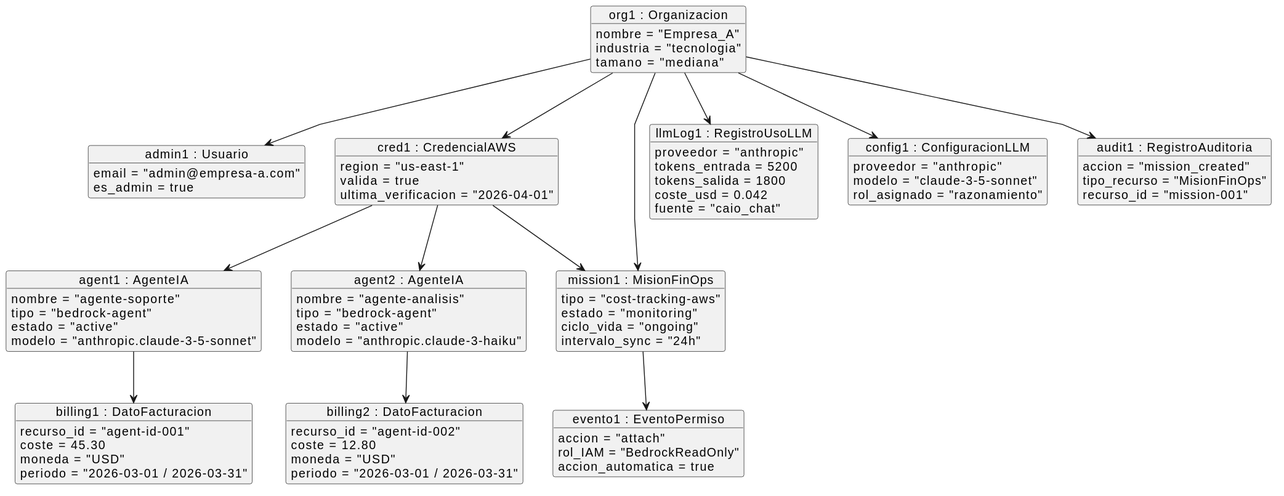
Earlier version of the PlantUML export Capítulos/Capítulo 2/MdD/DiagramaObjetos/DdO.svg (JoseSalceda/TFG). The source it was exported from:
```plantuml
@startuml
hide circle
hide empty members
skinparam linetype polyline

object "org1 : Organizacion" as org1 {
  nombre = "Empresa_A"
  industria = "tecnologia"
  tamano = "mediana"
}

object "admin1 : Usuario" as admin1 {
  email = "admin@empresa-a.com"
  es_admin = true
}

object "cred1 : CredencialAWS" as cred1 {
  region = "us-east-1"
  valida = true
  ultima_verificacion = "2026-04-01"
}

object "agent1 : AgenteIA" as agent1 {
  nombre = "agente-soporte"
  tipo = "bedrock-agent"
  estado = "active"
  modelo = "anthropic.claude-3-5-sonnet"
}

object "agent2 : AgenteIA" as agent2 {
  nombre = "agente-analisis"
  tipo = "bedrock-agent"
  estado = "active"
  modelo = "anthropic.claude-3-haiku"
}

object "mission1 : MisionFinOps" as mission1 {
  tipo = "cost-tracking-aws"
  estado = "monitoring"
  ciclo_vida = "ongoing"
  intervalo_sync = "24h"
}

object "billing1 : DatoFacturacion" as billing1 {
  recurso_id = "agent-id-001"
  coste = 45.30
  moneda = "USD"
  periodo = "2026-03-01 / 2026-03-31"
}

object "billing2 : DatoFacturacion" as billing2 {
  recurso_id = "agent-id-002"
  coste = 12.80
  moneda = "USD"
  periodo = "2026-03-01 / 2026-03-31"
}

object "llmLog1 : RegistroUsoLLM" as llmLog1 {
  proveedor = "anthropic"
  tokens_entrada = 5200
  tokens_salida = 1800
  coste_usd = 0.042
  fuente = "caio_chat"
}

object "config1 : ConfiguracionLLM" as config1 {
  proveedor = "anthropic"
  modelo = "claude-3-5-sonnet"
  rol_asignado = "razonamiento"
}

object "audit1 : RegistroAuditoria" as audit1 {
  accion = "mission_created"
  tipo_recurso = "MisionFinOps"
  recurso_id = "mission-001"
}

object "evento1 : EventoPermiso" as evento1 {
  accion = "attach"
  rol_IAM = "BedrockReadOnly"
  accion_automatica = true
}

org1 --> admin1
org1 --> cred1
org1 --> mission1
org1 --> llmLog1
org1 --> config1
org1 --> audit1
cred1 --> agent1
cred1 --> agent2
cred1 --> mission1
agent1 --> billing1
agent2 --> billing2
mission1 --> evento1
@enduml
```
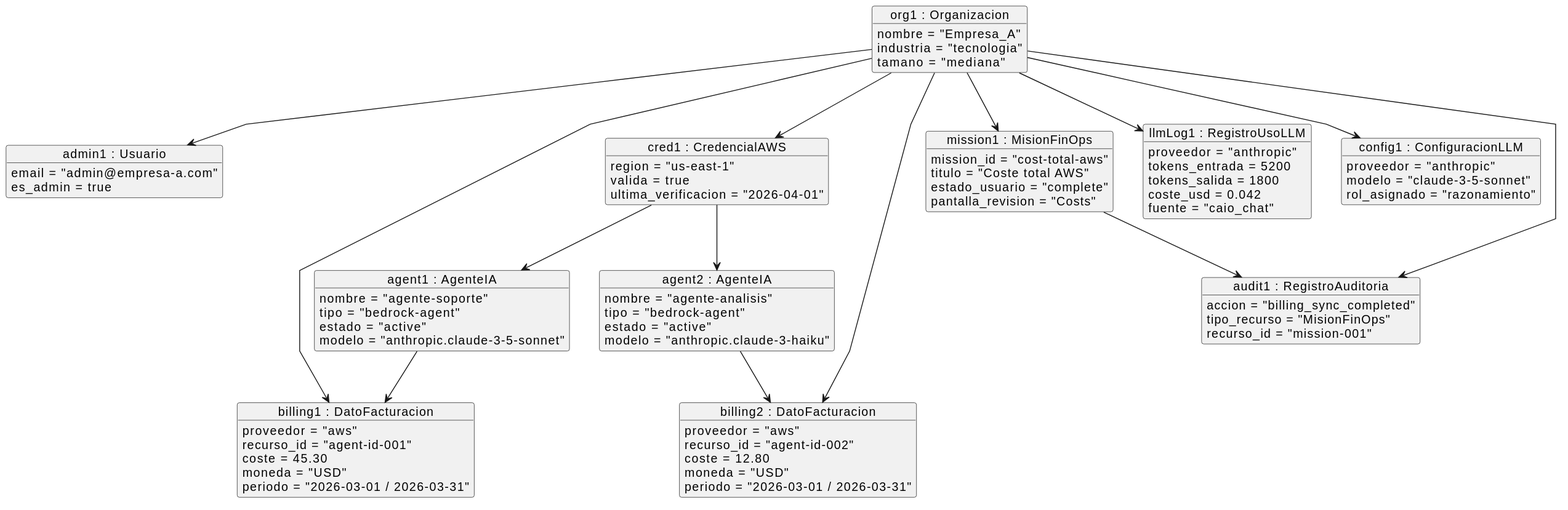
The same diagram one commit later.

Change to the diagram source:
```diff
@@ -35,13 +35,14 @@
 }
 
 object "mission1 : MisionFinOps" as mission1 {
-  tipo = "cost-tracking-aws"
-  estado = "monitoring"
-  ciclo_vida = "ongoing"
-  intervalo_sync = "24h"
+  mission_id = "cost-total-aws"
+  titulo = "Coste total AWS"
+  estado_usuario = "complete"
+  pantalla_revision = "Costs"
 }
 
 object "billing1 : DatoFacturacion" as billing1 {
+  proveedor = "aws"
   recurso_id = "agent-id-001"
   coste = 45.30
   moneda = "USD"
@@ -49,6 +50,7 @@
 }
 
 object "billing2 : DatoFacturacion" as billing2 {
+  proveedor = "aws"
   recurso_id = "agent-id-002"
   coste = 12.80
   moneda = "USD"
@@ -70,27 +72,22 @@
 }
 
 object "audit1 : RegistroAuditoria" as audit1 {
-  accion = "mission_created"
+  accion = "billing_sync_completed"
   tipo_recurso = "MisionFinOps"
   recurso_id = "mission-001"
-}
-
-object "evento1 : EventoPermiso" as evento1 {
-  accion = "attach"
-  rol_IAM = "BedrockReadOnly"
-  accion_automatica = true
 }
 
 org1 --> admin1
 org1 --> cred1
 org1 --> mission1
+org1 --> billing1
+org1 --> billing2
 org1 --> llmLog1
 org1 --> config1
 org1 --> audit1
 cred1 --> agent1
 cred1 --> agent2
-cred1 --> mission1
 agent1 --> billing1
 agent2 --> billing2
-mission1 --> evento1
+mission1 --> audit1
 @enduml
```
